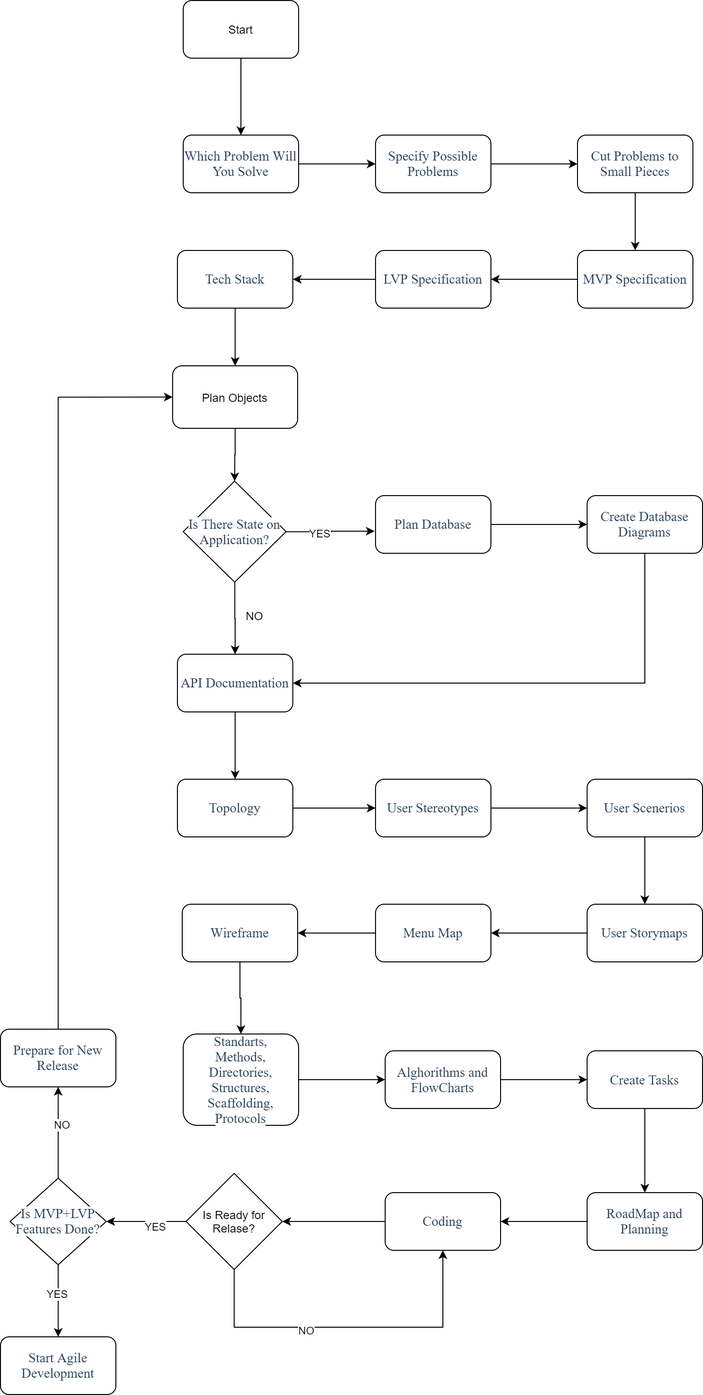
Above: flowchart.png in anilkusc/Document-Driven-Development (draw.io), before the change. Source tidied: cells renumbered, new cells last; positions are measured from the earlier drawing's top-left corner, leaving out a move shared by most shapes.
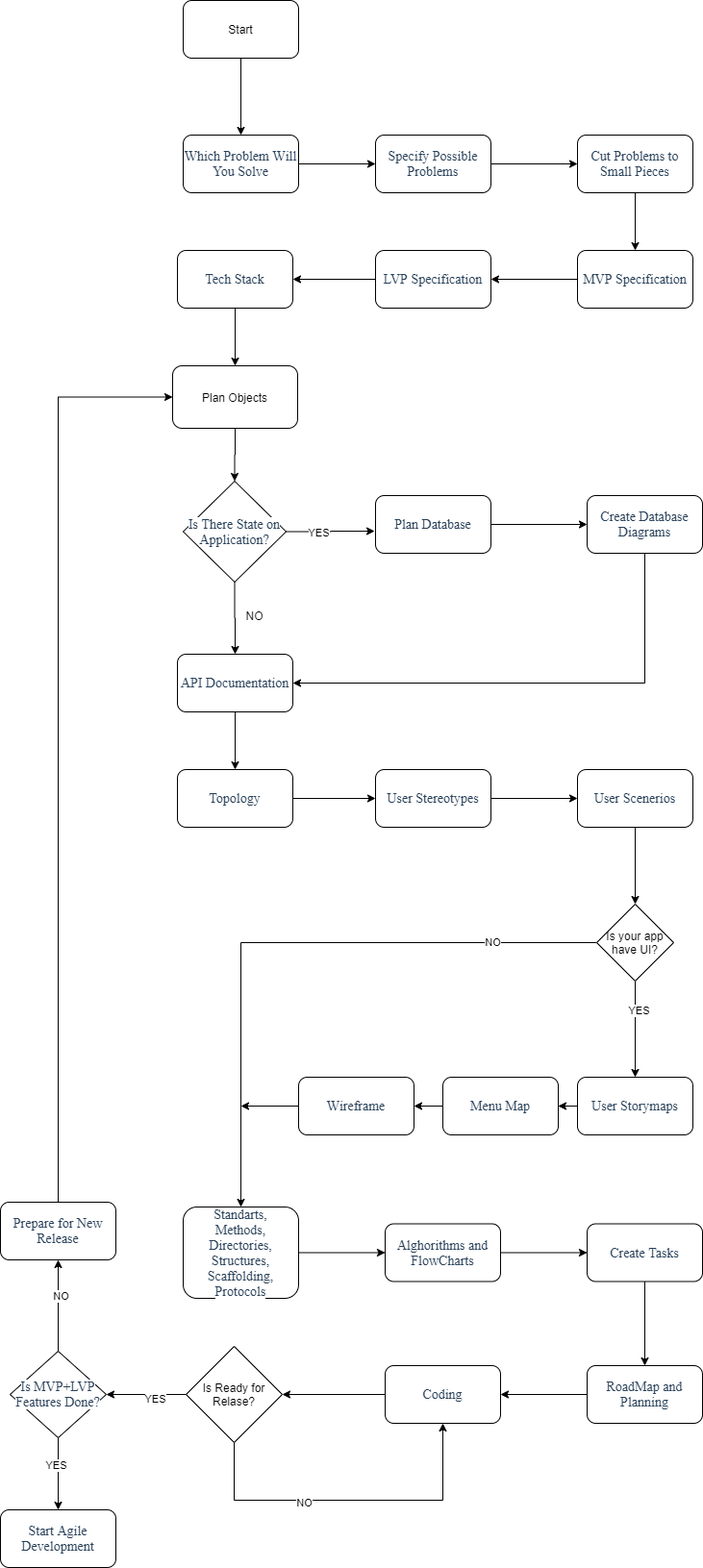
After the commit.

Diff of the diagram source:
```diff
@@ -93,75 +93,75 @@
       <mxGeometry relative="1" as="geometry" />
     </mxCell>
     <mxCell id="30" value="&lt;font color=&quot;#284059&quot; face=&quot;cerebri sans&quot;&gt;&lt;span style=&quot;font-size: 14px ; background-color: rgb(255 , 255 , 255)&quot;&gt;Topology&lt;/span&gt;&lt;/font&gt;" style="rounded=1;whiteSpace=wrap;html=1;" parent="1" vertex="1">
-      <mxGeometry x="184" y="810" width="120" height="60" as="geometry" />
+      <mxGeometry x="184" y="800" width="120" height="60" as="geometry" />
     </mxCell>
     <mxCell id="31" style="edgeStyle=orthogonalEdgeStyle;rounded=0;jettySize=auto;html=1;entryX=0;entryY=0.5;entryDx=0;entryDy=0;" parent="1" edge="1" source="32" target="34">
       <mxGeometry relative="1" as="geometry" />
     </mxCell>
     <mxCell id="32" value="&lt;font color=&quot;#284059&quot; face=&quot;cerebri sans&quot;&gt;&lt;span style=&quot;font-size: 14px ; background-color: rgb(255 , 255 , 255)&quot;&gt;User Stereotypes&lt;/span&gt;&lt;/font&gt;" style="rounded=1;whiteSpace=wrap;html=1;" parent="1" vertex="1">
-      <mxGeometry x="390" y="810" width="120" height="60" as="geometry" />
+      <mxGeometry x="390" y="800" width="120" height="60" as="geometry" />
     </mxCell>
-    <mxCell id="33" style="edgeStyle=orthogonalEdgeStyle;rounded=0;jettySize=auto;html=1;" parent="1" edge="1" source="34">
-      <mxGeometry relative="1" as="geometry">
-        <mxPoint x="670" y="940" as="targetPoint" />
-      </mxGeometry>
-    </mxCell>
+    <mxCell id="64" style="edgeStyle=orthogonalEdgeStyle;rounded=0;jettySize=auto;html=1;entryX=0.5;entryY=0;entryDx=0;entryDy=0;" parent="1" edge="1" source="34" target="68">
+      <mxGeometry relative="1" as="geometry" />
+    </mxCell>
     <mxCell id="34" value="&lt;font color=&quot;#284059&quot; face=&quot;cerebri sans&quot;&gt;&lt;span style=&quot;font-size: 14px ; background-color: rgb(255 , 255 , 255)&quot;&gt;User Scenerios&lt;/span&gt;&lt;/font&gt;" style="rounded=1;whiteSpace=wrap;html=1;" parent="1" vertex="1">
-      <mxGeometry x="610" y="810" width="120" height="60" as="geometry" />
+      <mxGeometry x="600" y="800" width="120" height="60" as="geometry" />
     </mxCell>
     <mxCell id="35" style="edgeStyle=orthogonalEdgeStyle;rounded=0;jettySize=auto;html=1;" parent="1" edge="1" source="36" target="38">
       <mxGeometry relative="1" as="geometry" />
     </mxCell>
     <mxCell id="36" value="&lt;font color=&quot;#284059&quot; face=&quot;cerebri sans&quot;&gt;&lt;span style=&quot;font-size: 14px ; background-color: rgb(255 , 255 , 255)&quot;&gt;User Storymaps&lt;/span&gt;&lt;/font&gt;" style="rounded=1;whiteSpace=wrap;html=1;" parent="1" vertex="1">
-      <mxGeometry x="610" y="940" width="120" height="60" as="geometry" />
+      <mxGeometry x="600" y="1120" width="120" height="60" as="geometry" />
     </mxCell>
     <mxCell id="37" style="edgeStyle=orthogonalEdgeStyle;rounded=0;jettySize=auto;html=1;entryX=1;entryY=0.5;entryDx=0;entryDy=0;" parent="1" edge="1" source="38" target="40">
       <mxGeometry relative="1" as="geometry" />
     </mxCell>
     <mxCell id="38" value="&lt;font color=&quot;#284059&quot; face=&quot;cerebri sans&quot;&gt;&lt;span style=&quot;font-size: 14px ; background-color: rgb(255 , 255 , 255)&quot;&gt;Menu Map&lt;/span&gt;&lt;/font&gt;" style="rounded=1;whiteSpace=wrap;html=1;" parent="1" vertex="1">
-      <mxGeometry x="390" y="940" width="120" height="60" as="geometry" />
+      <mxGeometry x="460" y="1120" width="120" height="60" as="geometry" />
     </mxCell>
-    <mxCell id="39" style="edgeStyle=orthogonalEdgeStyle;rounded=0;jettySize=auto;html=1;entryX=0.5;entryY=0;entryDx=0;entryDy=0;" parent="1" edge="1" source="40" target="42">
-      <mxGeometry relative="1" as="geometry" />
-    </mxCell>
+    <mxCell id="65" style="edgeStyle=orthogonalEdgeStyle;rounded=0;jettySize=auto;html=1;" parent="1" edge="1" source="40">
+      <mxGeometry relative="1" as="geometry">
+        <mxPoint x="250" y="1150" as="targetPoint" />
+      </mxGeometry>
+    </mxCell>
     <mxCell id="40" value="&lt;font color=&quot;#284059&quot; face=&quot;cerebri sans&quot;&gt;&lt;span style=&quot;font-size: 14px ; background-color: rgb(255 , 255 , 255)&quot;&gt;Wireframe&lt;/span&gt;&lt;/font&gt;" style="rounded=1;whiteSpace=wrap;html=1;" parent="1" vertex="1">
-      <mxGeometry x="189" y="940" width="120" height="60" as="geometry" />
+      <mxGeometry x="310" y="1120" width="120" height="60" as="geometry" />
     </mxCell>
     <mxCell id="41" style="edgeStyle=orthogonalEdgeStyle;rounded=0;jettySize=auto;html=1;entryX=0;entryY=0.5;entryDx=0;entryDy=0;" parent="1" edge="1" source="42" target="44">
       <mxGeometry relative="1" as="geometry" />
     </mxCell>
     <mxCell id="42" value="&lt;font color=&quot;#284059&quot; face=&quot;cerebri sans&quot;&gt;&lt;span style=&quot;font-size: 14px ; background-color: rgb(255 , 255 , 255)&quot;&gt;Standarts,&lt;br&gt;Methods,&lt;br&gt;Directories,&lt;br&gt;Structures,&lt;br&gt;Scaffolding,&lt;br&gt;Protocols&lt;br&gt;&lt;/span&gt;&lt;/font&gt;" style="rounded=1;whiteSpace=wrap;html=1;" parent="1" vertex="1">
-      <mxGeometry x="190" y="1075" width="120" height="95" as="geometry" />
+      <mxGeometry x="190" y="1255" width="120" height="95" as="geometry" />
     </mxCell>
     <mxCell id="43" style="edgeStyle=orthogonalEdgeStyle;rounded=0;jettySize=auto;html=1;" parent="1" edge="1" source="44" target="46">
       <mxGeometry relative="1" as="geometry" />
     </mxCell>
     <mxCell id="44" value="&lt;font color=&quot;#284059&quot; face=&quot;cerebri sans&quot;&gt;&lt;span style=&quot;font-size: 14px ; background-color: rgb(255 , 255 , 255)&quot;&gt;Alghorithms and FlowCharts&lt;/span&gt;&lt;/font&gt;" style="rounded=1;whiteSpace=wrap;html=1;" parent="1" vertex="1">
-      <mxGeometry x="400" y="1092.5" width="120" height="60" as="geometry" />
+      <mxGeometry x="400" y="1272.5" width="120" height="60" as="geometry" />
     </mxCell>
     <mxCell id="45" style="edgeStyle=orthogonalEdgeStyle;rounded=0;jettySize=auto;html=1;entryX=0.5;entryY=0;entryDx=0;entryDy=0;" parent="1" edge="1" source="46" target="48">
       <mxGeometry relative="1" as="geometry" />
     </mxCell>
     <mxCell id="46" value="&lt;font color=&quot;#284059&quot; face=&quot;cerebri sans&quot;&gt;&lt;span style=&quot;font-size: 14px ; background-color: rgb(255 , 255 , 255)&quot;&gt;Create Tasks&lt;/span&gt;&lt;/font&gt;" style="rounded=1;whiteSpace=wrap;html=1;" parent="1" vertex="1">
-      <mxGeometry x="610" y="1092.5" width="120" height="60" as="geometry" />
+      <mxGeometry x="610" y="1272.5" width="120" height="60" as="geometry" />
     </mxCell>
     <mxCell id="47" style="edgeStyle=orthogonalEdgeStyle;rounded=0;jettySize=auto;html=1;entryX=1;entryY=0.5;entryDx=0;entryDy=0;" parent="1" edge="1" source="48" target="50">
       <mxGeometry relative="1" as="geometry" />
     </mxCell>
     <mxCell id="48" value="&lt;font color=&quot;#284059&quot; face=&quot;cerebri sans&quot;&gt;&lt;span style=&quot;font-size: 14px ; background-color: rgb(255 , 255 , 255)&quot;&gt;RoadMap and Planning&lt;/span&gt;&lt;/font&gt;" style="rounded=1;whiteSpace=wrap;html=1;" parent="1" vertex="1">
-      <mxGeometry x="610" y="1240" width="120" height="60" as="geometry" />
+      <mxGeometry x="610" y="1420" width="120" height="60" as="geometry" />
     </mxCell>
     <mxCell id="49" style="edgeStyle=orthogonalEdgeStyle;rounded=0;jettySize=auto;html=1;entryX=1;entryY=0.5;entryDx=0;entryDy=0;" parent="1" edge="1" source="50" target="55">
       <mxGeometry relative="1" as="geometry" />
     </mxCell>
     <mxCell id="50" value="&lt;font color=&quot;#284059&quot; face=&quot;cerebri sans&quot;&gt;&lt;span style=&quot;font-size: 14px ; background-color: rgb(255 , 255 , 255)&quot;&gt;Coding&lt;/span&gt;&lt;/font&gt;" style="rounded=1;whiteSpace=wrap;html=1;" parent="1" vertex="1">
-      <mxGeometry x="400" y="1240" width="120" height="60" as="geometry" />
+      <mxGeometry x="400" y="1420" width="120" height="60" as="geometry" />
     </mxCell>
     <mxCell id="51" style="edgeStyle=orthogonalEdgeStyle;rounded=0;jettySize=auto;html=1;entryX=0.5;entryY=1;entryDx=0;entryDy=0;" parent="1" edge="1" source="55" target="50">
       <mxGeometry relative="1" as="geometry">
         <Array as="points">
-          <mxPoint x="243" y="1380" />
-          <mxPoint x="460" y="1380" />
+          <mxPoint x="243" y="1560" />
+          <mxPoint x="460" y="1560" />
         </Array>
       </mxGeometry>
     </mxCell>
@@ -170,20 +170,20 @@
     </mxCell>
     <mxCell id="53" style="edgeStyle=orthogonalEdgeStyle;rounded=0;jettySize=auto;html=1;" parent="1" edge="1" source="55">
       <mxGeometry relative="1" as="geometry">
-        <mxPoint x="110" y="1270" as="targetPoint" />
+        <mxPoint x="110" y="1450" as="targetPoint" />
       </mxGeometry>
     </mxCell>
     <mxCell id="54" value="YES" style="edgeLabel;html=1;align=center;verticalAlign=middle;" parent="53" vertex="1">
       <mxGeometry x="-0.2" y="4" relative="1" as="geometry" />
     </mxCell>
     <mxCell id="55" value="Is Ready for Relase?" style="rhombus;whiteSpace=wrap;html=1;" parent="1" vertex="1">
-      <mxGeometry x="193" y="1220" width="100" height="100" as="geometry" />
+      <mxGeometry x="193" y="1400" width="100" height="100" as="geometry" />
     </mxCell>
     <mxCell id="56" style="edgeStyle=orthogonalEdgeStyle;rounded=0;jettySize=auto;html=1;entryX=0;entryY=0.5;entryDx=0;entryDy=0;exitX=0.5;exitY=0;exitDx=0;exitDy=0;" parent="1" edge="1" source="57" target="25">
       <mxGeometry relative="1" as="geometry" />
     </mxCell>
     <mxCell id="57" value="&lt;font color=&quot;#284059&quot; face=&quot;cerebri sans&quot;&gt;&lt;span style=&quot;font-size: 14px ; background-color: rgb(255 , 255 , 255)&quot;&gt;Prepare for New Release&lt;/span&gt;&lt;/font&gt;" style="rounded=1;whiteSpace=wrap;html=1;" parent="1" vertex="1">
-      <mxGeometry y="1070" width="120" height="60" as="geometry" />
+      <mxGeometry y="1250" width="120" height="60" as="geometry" />
     </mxCell>
     <mxCell id="58" style="edgeStyle=orthogonalEdgeStyle;rounded=0;jettySize=auto;html=1;entryX=0.5;entryY=1;entryDx=0;entryDy=0;" parent="1" edge="1" source="61" target="57">
       <mxGeometry relative="1" as="geometry" />
@@ -195,15 +195,34 @@
       <mxGeometry relative="1" as="geometry" />
     </mxCell>
     <mxCell id="61" value="&lt;span style=&quot;color: rgb(40 , 64 , 89) ; font-family: &amp;#34;cerebri sans&amp;#34; ; font-size: 14px ; background-color: rgb(255 , 255 , 255)&quot;&gt;Is MVP+LVP Features Done?&lt;/span&gt;" style="rhombus;whiteSpace=wrap;html=1;" parent="1" vertex="1">
-      <mxGeometry x="10" y="1225" width="100" height="90" as="geometry" />
+      <mxGeometry x="10" y="1405" width="100" height="90" as="geometry" />
     </mxCell>
     <mxCell id="62" value="&lt;font color=&quot;#284059&quot; face=&quot;cerebri sans&quot;&gt;&lt;span style=&quot;font-size: 14px ; background-color: rgb(255 , 255 , 255)&quot;&gt;Start Agile Development&lt;/span&gt;&lt;/font&gt;" style="rounded=1;whiteSpace=wrap;html=1;" parent="1" vertex="1">
-      <mxGeometry y="1390" width="120" height="60" as="geometry" />
+      <mxGeometry y="1570" width="120" height="60" as="geometry" />
     </mxCell>
     <mxCell id="63" value="YES" style="edgeLabel;html=1;align=center;verticalAlign=middle;" parent="1" vertex="1">
-      <mxGeometry x="40" y="1190" as="geometry">
+      <mxGeometry x="40" y="1370" as="geometry">
         <mxPoint x="17" y="154" as="offset" />
       </mxGeometry>
     </mxCell>
+    <mxCell id="66" style="edgeStyle=orthogonalEdgeStyle;rounded=0;jettySize=auto;html=1;" parent="1" edge="1" source="68" target="36">
+      <mxGeometry relative="1" as="geometry" />
+    </mxCell>
+    <mxCell id="67" style="edgeStyle=orthogonalEdgeStyle;rounded=0;jettySize=auto;html=1;entryX=0.5;entryY=0;entryDx=0;entryDy=0;" parent="1" edge="1" source="68" target="42">
+      <mxGeometry relative="1" as="geometry" />
+    </mxCell>
+    <mxCell id="68" value="Is your app have UI?" style="rhombus;whiteSpace=wrap;html=1;" parent="1" vertex="1">
+      <mxGeometry x="620" y="940" width="80" height="80" as="geometry" />
+    </mxCell>
+    <mxCell id="69" value="YES" style="edgeLabel;html=1;align=center;verticalAlign=middle;" parent="1" vertex="1">
+      <mxGeometry x="620" y="1040" as="geometry">
+        <mxPoint x="43" y="10" as="offset" />
+      </mxGeometry>
+    </mxCell>
+    <mxCell id="70" value="NO" style="edgeLabel;html=1;align=center;verticalAlign=middle;" parent="1" vertex="1">
+      <mxGeometry x="70" y="1360" as="geometry">
+        <mxPoint x="441" y="-381" as="offset" />
+      </mxGeometry>
+    </mxCell>
   </root>
 </mxGraphModel>
```
